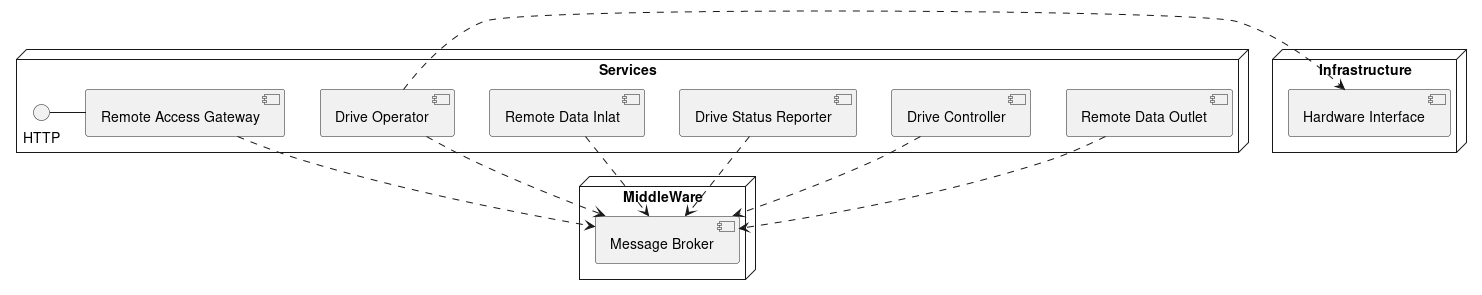
Before: design/components.png, a diagram exported from PlantUML (The-Arkitekt/the-robot).
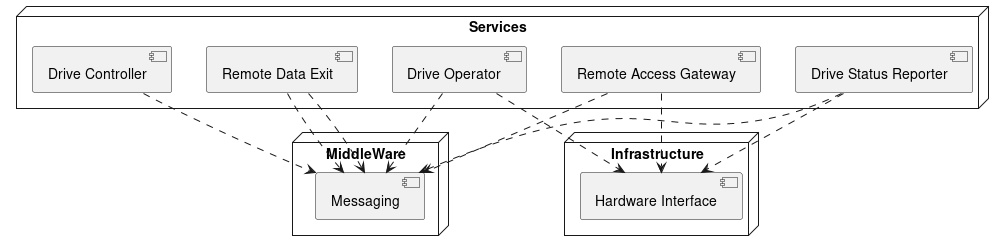
After the change.

Change to the diagram source:
```diff
@@ -2,30 +2,31 @@
 
 node "Services" {
   [Remote Access Gateway] as RAG
-  [Remote Data Inlat]     as RDI
+  [Remote Data Entrance]     as RDE
   [Drive Status Reporter] as DSR
   [Drive Controller]      as DC
   [Drive Operator]        as DO
-  [Remote Data Outlet]    as RDO
-
-  HTTP - RAG
+  [Remote Data Exit]    as RDE
 }
 
 node "MiddleWare" {
-  [Message Broker] as MB
+  [Messaging] as MSG
 }
 
 node "Infrastructure" {
   [Hardware Interface] as HI
 }
 
-RAG .down.> MB
-RDI .down.> MB
-DSR .down.> MB
-DC  .down.> MB
-DO  .down.> MB
-RDO .down.> MB
+RAG .down.> MSG
+RDE .down.> MSG
+DSR .down.> MSG
+DC  .down.> MSG
+DO  .down.> MSG
+RDE .down.> MSG
 
-DO .right.> HI
+RAG .down.> HI
+DSR .down.> HI
+DO .down.> HI
+
 
 @enduml
```
